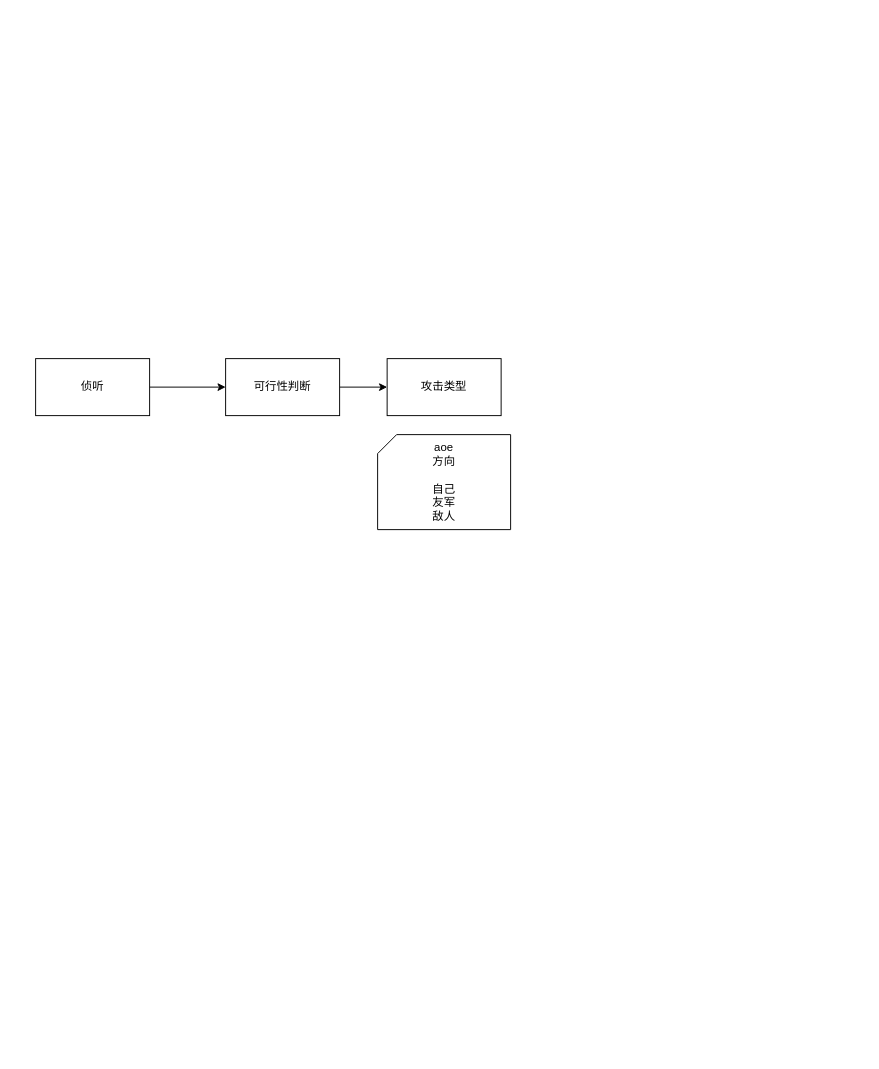
cliang/drawio keeps this draw.io diagram as skill.drawio. Above is the earlier version. Source tidied: cells renumbered, new cells numbered last; positions are measured from the earlier drawing's top-left corner, leaving out a move shared by most shapes. Both pictures are drawn from the tidied source at 95%, with x=0, y=0 at pixel (35, 358).
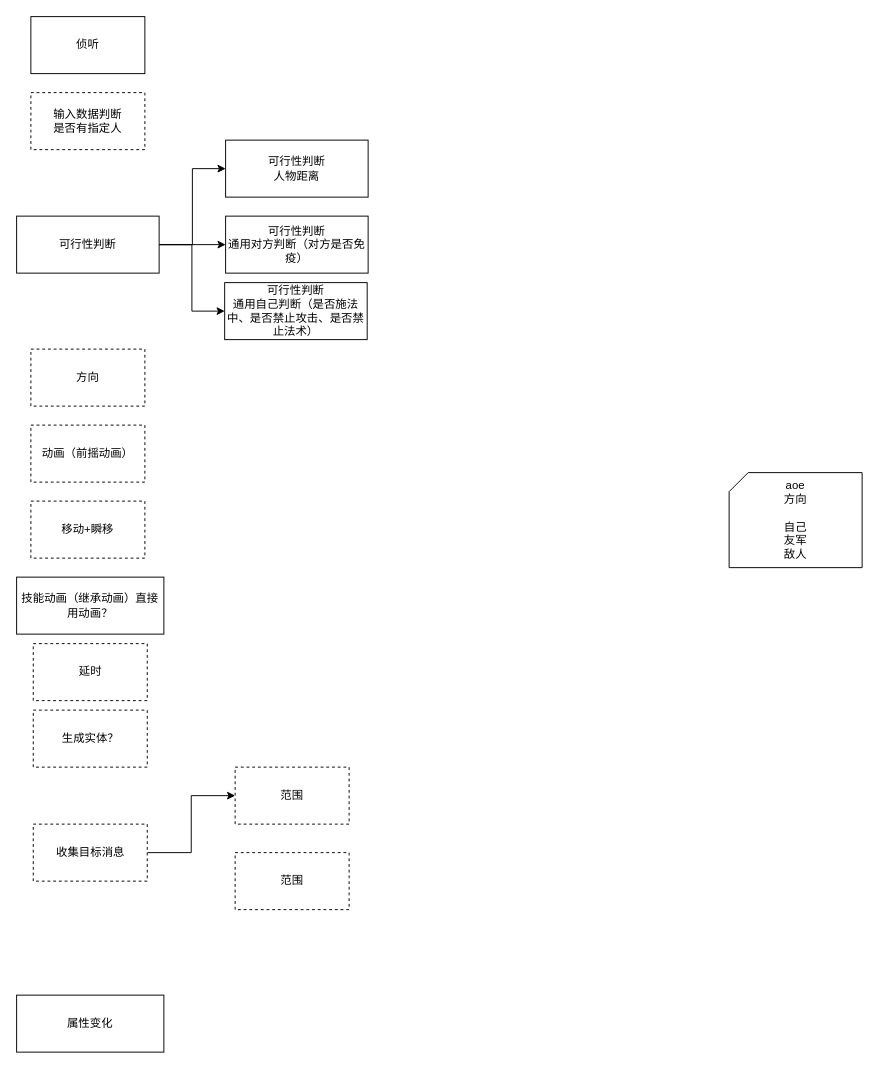
After the change.

What changed in the source:
```diff
@@
-    <mxCell id="2" style="edgeStyle=orthogonalEdgeStyle;rounded=0;jettySize=auto;html=1;" parent="1" edge="1" source="3" target="5">
-      <mxGeometry relative="1" as="geometry" />
-    </mxCell>
     <mxCell id="3" value="侦听" style="rounded=0;whiteSpace=wrap;html=1;" parent="1" vertex="1">
-      <mxGeometry width="120" height="60" as="geometry" />
+      <mxGeometry x="-5" y="-360" width="120" height="60" as="geometry" />
     </mxCell>
-    <mxCell id="4" style="edgeStyle=orthogonalEdgeStyle;rounded=0;jettySize=auto;html=1;" parent="1" edge="1" source="5" target="6">
-      <mxGeometry relative="1" as="geometry" />
-    </mxCell>
+    <mxCell id="8" style="edgeStyle=orthogonalEdgeStyle;rounded=0;jettySize=auto;html=1;entryX=0;entryY=0.5;entryDx=0;entryDy=0;" parent="1" edge="1" source="5" target="23">
+      <mxGeometry relative="1" as="geometry" />
+    </mxCell>
+    <mxCell id="9" style="edgeStyle=orthogonalEdgeStyle;rounded=0;jettySize=auto;html=1;" parent="1" edge="1" source="5" target="14">
+      <mxGeometry relative="1" as="geometry" />
+    </mxCell>
+    <mxCell id="10" style="edgeStyle=orthogonalEdgeStyle;rounded=0;jettySize=auto;html=1;entryX=0;entryY=0.5;entryDx=0;entryDy=0;" parent="1" edge="1" source="5" target="15">
+      <mxGeometry relative="1" as="geometry" />
+    </mxCell>
     <mxCell id="5" value="可行性判断" style="rounded=0;whiteSpace=wrap;html=1;" parent="1" vertex="1">
-      <mxGeometry x="200" width="120" height="60" as="geometry" />
+      <mxGeometry x="-20" y="-150" width="150" height="60" as="geometry" />
     </mxCell>
-    <mxCell id="6" value="攻击类型" style="whiteSpace=wrap;html=1;rounded=0;" parent="1" vertex="1">
-      <mxGeometry x="370" width="120" height="60" as="geometry" />
+    <mxCell id="6" value="动画（前摇动画）" style="whiteSpace=wrap;html=1;rounded=0;dashed=1;" parent="1" vertex="1">
+      <mxGeometry x="-5" y="70" width="120" height="60" as="geometry" />
     </mxCell>
     <mxCell id="7" value="&lt;div&gt;aoe&lt;/div&gt;&lt;div&gt;方向&lt;/div&gt;&lt;div&gt;&lt;br&gt;&lt;/div&gt;&lt;div&gt;自己&lt;/div&gt;&lt;div&gt;友军&lt;/div&gt;&lt;div&gt;敌人&lt;/div&gt;" style="shape=card;whiteSpace=wrap;html=1;size=20;" parent="1" vertex="1">
-      <mxGeometry x="360" y="80" width="140" height="100" as="geometry" />
+      <mxGeometry x="730" y="120" width="140" height="100" as="geometry" />
     </mxCell>
+    <mxCell id="11" value="技能动画（继承动画）直接用动画？" style="whiteSpace=wrap;html=1;rounded=0;" parent="1" vertex="1">
+      <mxGeometry x="-20" y="230" width="155" height="60" as="geometry" />
+    </mxCell>
+    <mxCell id="12" value="输入数据判断&lt;br&gt;是否有指定人" style="whiteSpace=wrap;html=1;rounded=0;dashed=1;" parent="1" vertex="1">
+      <mxGeometry x="-5" y="-280" width="120" height="60" as="geometry" />
+    </mxCell>
+    <mxCell id="13" value="方向" style="whiteSpace=wrap;html=1;rounded=0;dashed=1;" parent="1" vertex="1">
+      <mxGeometry x="-5" y="-10" width="120" height="60" as="geometry" />
+    </mxCell>
+    <mxCell id="14" value="可行性判断&lt;br&gt;通用对方判断（对方是否免疫）" style="rounded=0;whiteSpace=wrap;html=1;" parent="1" vertex="1">
+      <mxGeometry x="200" y="-150" width="150" height="60" as="geometry" />
+    </mxCell>
+    <mxCell id="15" value="可行性判断&lt;br&gt;通用自己判断（是否施法中、是否禁止攻击、是否禁止法术）" style="rounded=0;whiteSpace=wrap;html=1;" parent="1" vertex="1">
+      <mxGeometry x="199" y="-80" width="150" height="60" as="geometry" />
+    </mxCell>
+    <mxCell id="16" value="移动+瞬移" style="whiteSpace=wrap;html=1;rounded=0;dashed=1;" parent="1" vertex="1">
+      <mxGeometry x="-5" y="150" width="120" height="60" as="geometry" />
+    </mxCell>
+    <mxCell id="17" value="延时" style="whiteSpace=wrap;html=1;rounded=0;dashed=1;" parent="1" vertex="1">
+      <mxGeometry x="-2.5" y="300" width="120" height="60" as="geometry" />
+    </mxCell>
+    <mxCell id="18" value="属性变化" style="whiteSpace=wrap;html=1;rounded=0;" parent="1" vertex="1">
+      <mxGeometry x="-20" y="670" width="155" height="60" as="geometry" />
+    </mxCell>
+    <mxCell id="19" value="生成实体？" style="whiteSpace=wrap;html=1;rounded=0;dashed=1;" parent="1" vertex="1">
+      <mxGeometry x="-2.5" y="370" width="120" height="60" as="geometry" />
+    </mxCell>
+    <mxCell id="20" style="edgeStyle=orthogonalEdgeStyle;rounded=0;jettySize=auto;html=1;" parent="1" edge="1" source="21" target="22">
+      <mxGeometry relative="1" as="geometry" />
+    </mxCell>
+    <mxCell id="21" value="收集目标消息" style="whiteSpace=wrap;html=1;rounded=0;dashed=1;" parent="1" vertex="1">
+      <mxGeometry x="-2.5" y="490" width="120" height="60" as="geometry" />
+    </mxCell>
+    <mxCell id="22" value="范围" style="whiteSpace=wrap;html=1;rounded=0;dashed=1;" parent="1" vertex="1">
+      <mxGeometry x="210" y="430" width="120" height="60" as="geometry" />
+    </mxCell>
+    <mxCell id="23" value="可行性判断&lt;br&gt;人物距离" style="rounded=0;whiteSpace=wrap;html=1;" parent="1" vertex="1">
+      <mxGeometry x="200" y="-230" width="150" height="60" as="geometry" />
+    </mxCell>
+    <mxCell id="24" value="范围" style="whiteSpace=wrap;html=1;rounded=0;dashed=1;" parent="1" vertex="1">
+      <mxGeometry x="210" y="520" width="120" height="60" as="geometry" />
+    </mxCell>
```
